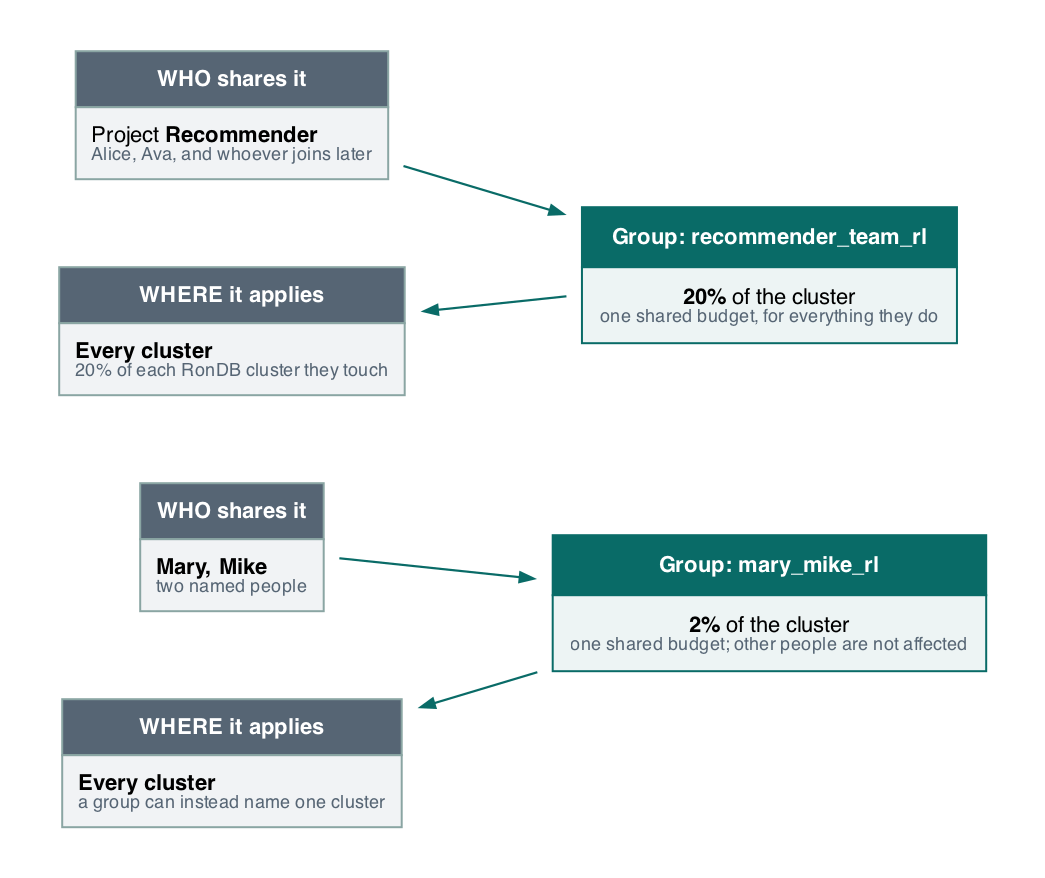
The Graphviz diagram storage/ndb/rest-server2/server/docs/rate-limit-groups/img/v2/group-concept.png in logicalclocks/rondb, before a commit. Its source is kept beside it as storage/ndb/rest-server2/server/docs/rate-limit-groups/img/v2/group-concept.dot. Its diagram source:
```dot
digraph groupconcept {
  rankdir=LR; newrank=true;
  graph [fontname="Helvetica", fontsize=11, pad=0.3, nodesep=0.5, ranksep=0.8, bgcolor="white"];
  node  [shape=plaintext, fontname="Helvetica", fontsize=11];
  edge  [fontname="Helvetica", fontsize=9, color="#096b67", arrowsize=0.7, penwidth=1.1];

  who1 [label=<
<TABLE BORDER="0" CELLBORDER="1" CELLSPACING="0" CELLPADDING="7" COLOR="#8aa5a3">
 <TR><TD BGCOLOR="#566574"><FONT COLOR="white"><B>WHO shares it</B></FONT></TD></TR>
 <TR><TD BGCOLOR="#f1f3f5" ALIGN="LEFT">Project <B>Recommender</B><BR ALIGN="LEFT"/><FONT POINT-SIZE="9" COLOR="#566574">Alice, Ava, and whoever joins later</FONT></TD></TR>
</TABLE>>];

  bucket1 [label=<
<TABLE BORDER="0" CELLBORDER="1" CELLSPACING="0" CELLPADDING="8" COLOR="#096b67">
 <TR><TD BGCOLOR="#096b67"><FONT COLOR="white"><B>Group: recommender_team_rl</B></FONT></TD></TR>
 <TR><TD BGCOLOR="#edf4f4"><B>20%</B> of the cluster<BR/><FONT POINT-SIZE="9" COLOR="#566574">one shared budget, for everything they do</FONT></TD></TR>
</TABLE>>];

  where1 [label=<
<TABLE BORDER="0" CELLBORDER="1" CELLSPACING="0" CELLPADDING="7" COLOR="#8aa5a3">
 <TR><TD BGCOLOR="#566574"><FONT COLOR="white"><B>WHERE it applies</B></FONT></TD></TR>
 <TR><TD BGCOLOR="#f1f3f5" ALIGN="LEFT"><B>Every cluster</B><BR ALIGN="LEFT"/><FONT POINT-SIZE="9" COLOR="#566574">20% of each RonDB cluster they touch</FONT></TD></TR>
</TABLE>>];

  who2 [label=<
<TABLE BORDER="0" CELLBORDER="1" CELLSPACING="0" CELLPADDING="7" COLOR="#8aa5a3">
 <TR><TD BGCOLOR="#566574"><FONT COLOR="white"><B>WHO shares it</B></FONT></TD></TR>
 <TR><TD BGCOLOR="#f1f3f5" ALIGN="LEFT"><B>Mary, Mike</B><BR ALIGN="LEFT"/><FONT POINT-SIZE="9" COLOR="#566574">two named people</FONT></TD></TR>
</TABLE>>];

  bucket2 [label=<
<TABLE BORDER="0" CELLBORDER="1" CELLSPACING="0" CELLPADDING="8" COLOR="#096b67">
 <TR><TD BGCOLOR="#096b67"><FONT COLOR="white"><B>Group: mary_mike_rl</B></FONT></TD></TR>
 <TR><TD BGCOLOR="#edf4f4"><B>2%</B> of the cluster<BR/><FONT POINT-SIZE="9" COLOR="#566574">one shared budget; other people are not affected</FONT></TD></TR>
</TABLE>>];

  where2 [label=<
<TABLE BORDER="0" CELLBORDER="1" CELLSPACING="0" CELLPADDING="7" COLOR="#8aa5a3">
 <TR><TD BGCOLOR="#566574"><FONT COLOR="white"><B>WHERE it applies</B></FONT></TD></TR>
 <TR><TD BGCOLOR="#f1f3f5" ALIGN="LEFT"><B>Every cluster</B><BR ALIGN="LEFT"/><FONT POINT-SIZE="9" COLOR="#566574">a group can instead name one cluster</FONT></TD></TR>
</TABLE>>];

  { rank=same; who1; where1; who2; where2; }
  who1 -> where1 -> who2 -> where2 [style=invis];
  who1 -> bucket1;
  where1 -> bucket1 [dir=back];
  who2 -> bucket2;
  where2 -> bucket2 [dir=back];
}
```
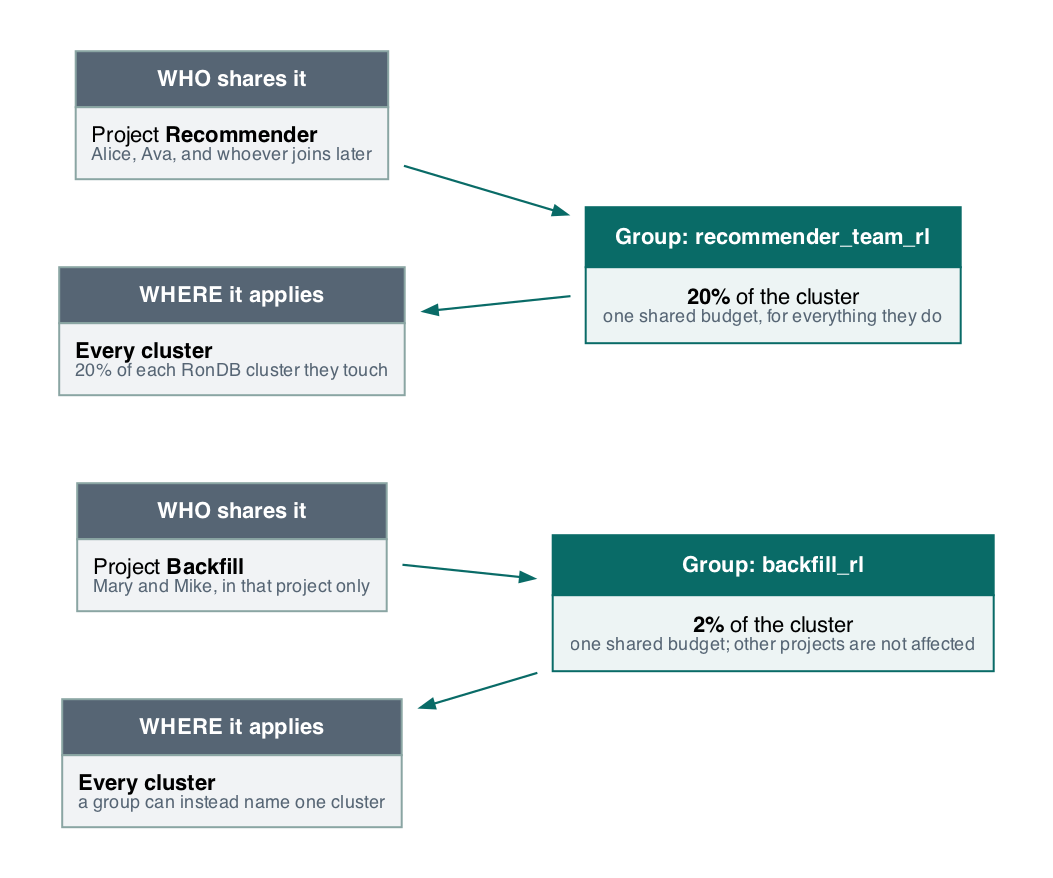
Later version of the same file.

Diff of the diagram source:
```diff
@@ -25,13 +25,13 @@
   who2 [label=<
 <TABLE BORDER="0" CELLBORDER="1" CELLSPACING="0" CELLPADDING="7" COLOR="#8aa5a3">
  <TR><TD BGCOLOR="#566574"><FONT COLOR="white"><B>WHO shares it</B></FONT></TD></TR>
- <TR><TD BGCOLOR="#f1f3f5" ALIGN="LEFT"><B>Mary, Mike</B><BR ALIGN="LEFT"/><FONT POINT-SIZE="9" COLOR="#566574">two named people</FONT></TD></TR>
+ <TR><TD BGCOLOR="#f1f3f5" ALIGN="LEFT">Project <B>Backfill</B><BR ALIGN="LEFT"/><FONT POINT-SIZE="9" COLOR="#566574">Mary and Mike, in that project only</FONT></TD></TR>
 </TABLE>>];
 
   bucket2 [label=<
 <TABLE BORDER="0" CELLBORDER="1" CELLSPACING="0" CELLPADDING="8" COLOR="#096b67">
- <TR><TD BGCOLOR="#096b67"><FONT COLOR="white"><B>Group: mary_mike_rl</B></FONT></TD></TR>
- <TR><TD BGCOLOR="#edf4f4"><B>2%</B> of the cluster<BR/><FONT POINT-SIZE="9" COLOR="#566574">one shared budget; other people are not affected</FONT></TD></TR>
+ <TR><TD BGCOLOR="#096b67"><FONT COLOR="white"><B>Group: backfill_rl</B></FONT></TD></TR>
+ <TR><TD BGCOLOR="#edf4f4"><B>2%</B> of the cluster<BR/><FONT POINT-SIZE="9" COLOR="#566574">one shared budget; other projects are not affected</FONT></TD></TR>
 </TABLE>>];
 
   where2 [label=<
```
